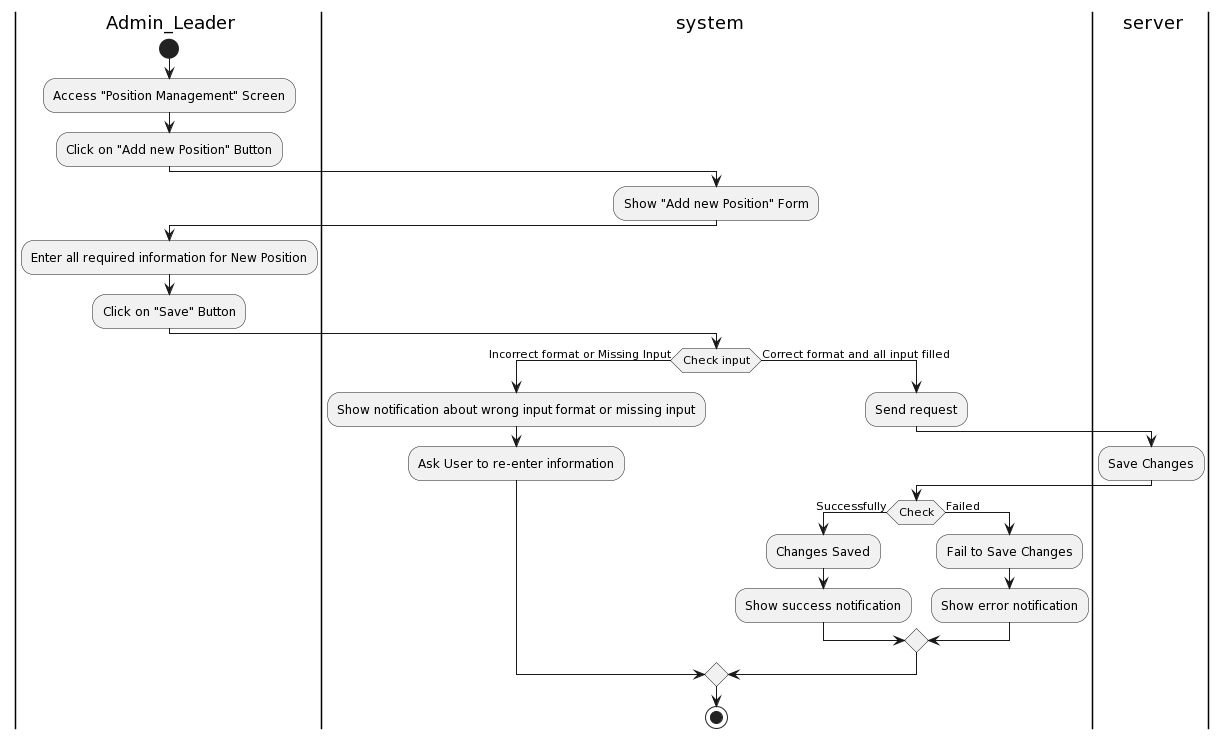
Earlier version of the PlantUML export Lab1/Lab1.2/Activity Diagram/SystemManagement/PositionManagement/AddnewPosition/AddnewPosition.png (khoapham1003/SE357-Pratice-class). Its diagram source:
```plantuml
@startuml
|a| Admin_Leader
|sys| system
|ser| server
|a|
start
:Access "Position Management" Screen;

:Click on "Add new Position" Button;
|sys|
:Show "Add new Position" Form;
|a|
:Enter all required information for New Position;
:Click on "Save" Button;
|sys|
if (Check input) then (Incorrect format or Missing Input)
:Show notification about wrong input format or missing input;
:Ask User to re-enter information;
else (Correct format and all input filled)
|sys|
:Send request;
|ser|
:Save Changes;
|sys|
if(Check) then (Successfully)
:Changes Saved;
:Show success notification;
else (Failed)
:Fail to Save Changes;
:Show error notification;
endif
endif
stop
@enduml
```
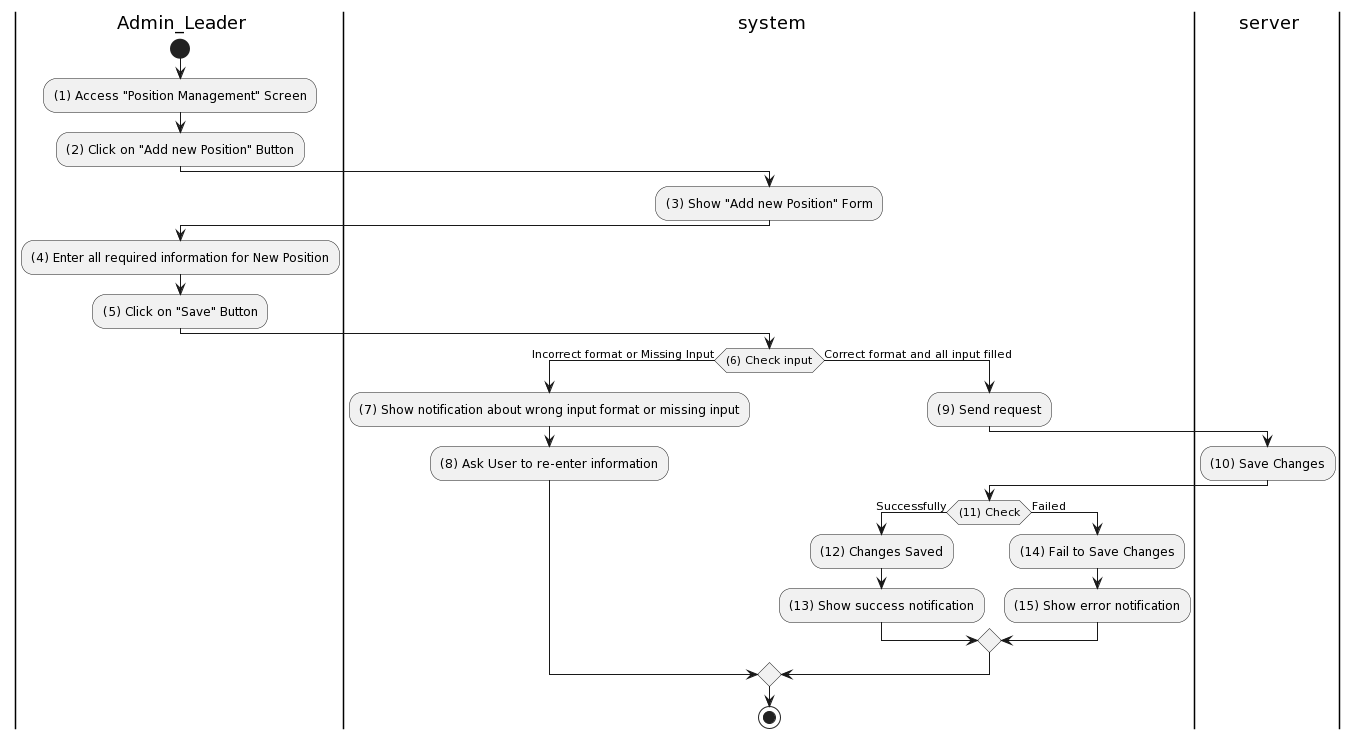
After the commit.

The edit, as a diff of the source:
```diff
@@ -4,30 +4,29 @@
 |ser| server
 |a|
 start
-:Access "Position Management" Screen;
-
-:Click on "Add new Position" Button;
+:(1) Access "Position Management" Screen;
+:(2) Click on "Add new Position" Button;
 |sys|
-:Show "Add new Position" Form;
+:(3) Show "Add new Position" Form;
 |a|
-:Enter all required information for New Position;
-:Click on "Save" Button;
+:(4) Enter all required information for New Position;
+:(5) Click on "Save" Button;
 |sys|
-if (Check input) then (Incorrect format or Missing Input)
-:Show notification about wrong input format or missing input;
-:Ask User to re-enter information;
+if ((6) Check input) then (Incorrect format or Missing Input)
+:(7) Show notification about wrong input format or missing input;
+:(8) Ask User to re-enter information;
 else (Correct format and all input filled)
 |sys|
-:Send request;
+:(9) Send request;
 |ser|
-:Save Changes;
+:(10) Save Changes;
 |sys|
-if(Check) then (Successfully)
-:Changes Saved;
-:Show success notification;
+if((11) Check) then (Successfully)
+:(12) Changes Saved;
+:(13) Show success notification;
 else (Failed)
-:Fail to Save Changes;
-:Show error notification;
+:(14) Fail to Save Changes;
+:(15) Show error notification;
 endif
 endif
 stop
```
